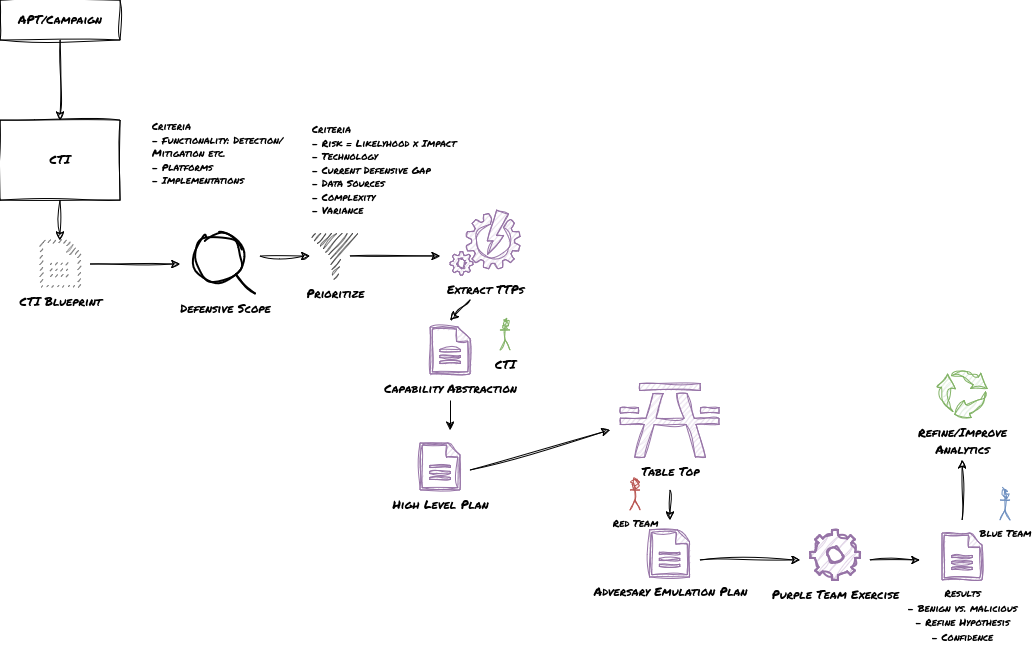
The draw.io diagram resources/Purple Teaming Exercise/material/PT_Exercise.drawio.png in gitrsi/cyberops.zone, before a commit. Source tidied: cells renumbered, new cells last; positions are measured from the earlier drawing's top-left corner, leaving out a move shared by most shapes.
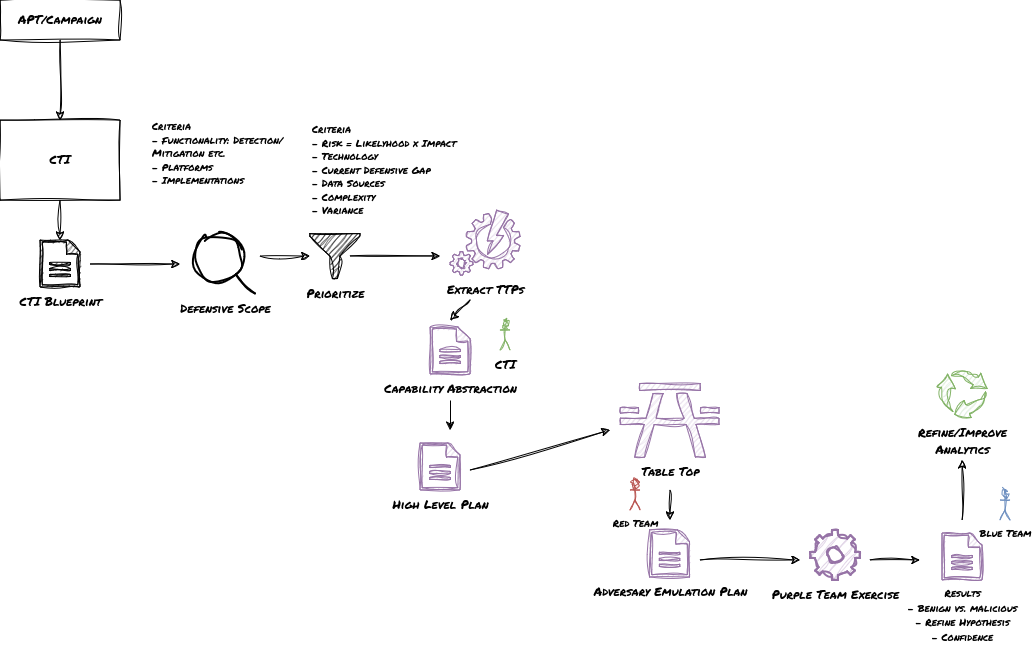
The same file after the commit.

What changed in the source:
```diff
@@ -11,13 +11,13 @@
     <mxCell id="4" style="endArrow=classic;html=1;rounded=0;exitX=0.5;exitY=1;exitDx=0;exitDy=0;entryX=0.5;entryY=0;entryDx=0;entryDy=0;sketch=1;curveFitting=1;jiggle=2;" parent="1" edge="1" source="2" target="3">
       <mxGeometry relative="1" as="geometry" />
     </mxCell>
-    <mxCell id="5" value="&lt;font face=&quot;Permanent Marker&quot;&gt;CTI Blueprint&lt;/font&gt;" style="shadow=0;dashed=0;html=1;strokeColor=none;fillColor=#505050;labelPosition=center;verticalLabelPosition=bottom;verticalAlign=top;outlineConnect=0;align=center;shape=mxgraph.office.concepts.document;sketch=1;curveFitting=1;jiggle=2;" parent="1" vertex="1">
+    <mxCell id="5" value="&lt;font face=&quot;Permanent Marker&quot;&gt;CTI Blueprint&lt;/font&gt;" style="shadow=0;dashed=0;html=1;strokeColor=default;fillColor=#505050;labelPosition=center;verticalLabelPosition=bottom;verticalAlign=top;outlineConnect=0;align=center;shape=mxgraph.office.concepts.document;sketch=1;curveFitting=1;jiggle=2;" parent="1" vertex="1">
       <mxGeometry x="40" y="240" width="40" height="47" as="geometry" />
     </mxCell>
     <mxCell id="6" style="endArrow=classic;html=1;rounded=0;exitX=0.5;exitY=1;exitDx=0;exitDy=0;sketch=1;curveFitting=1;jiggle=2;" parent="1" edge="1" source="3" target="5">
       <mxGeometry relative="1" as="geometry" />
     </mxCell>
-    <mxCell id="7" value="&lt;font face=&quot;Permanent Marker&quot;&gt;Prioritize&lt;/font&gt;" style="sketch=1;shadow=0;dashed=0;html=1;strokeColor=none;labelPosition=center;verticalLabelPosition=bottom;verticalAlign=top;align=center;fillColor=#000000;shape=mxgraph.mscae.enterprise.filter;curveFitting=1;jiggle=2;" parent="1" vertex="1">
+    <mxCell id="7" value="&lt;font face=&quot;Permanent Marker&quot;&gt;Prioritize&lt;/font&gt;" style="sketch=1;shadow=0;dashed=0;html=1;strokeColor=default;labelPosition=center;verticalLabelPosition=bottom;verticalAlign=top;align=center;fillColor=#000000;shape=mxgraph.mscae.enterprise.filter;curveFitting=1;jiggle=2;" parent="1" vertex="1">
       <mxGeometry x="310" y="233.5" width="50" height="45" as="geometry" />
     </mxCell>
     <mxCell id="8" value="&lt;font face=&quot;Permanent Marker&quot;&gt;Defensive Scope&lt;br&gt;&lt;/font&gt;" style="html=1;verticalLabelPosition=bottom;align=center;labelBackgroundColor=#ffffff;verticalAlign=top;strokeWidth=2;strokeColor=#000000;shadow=0;dashed=0;shape=mxgraph.ios7.icons.looking_glass;sketch=1;curveFitting=1;jiggle=2;" parent="1" vertex="1">
```
